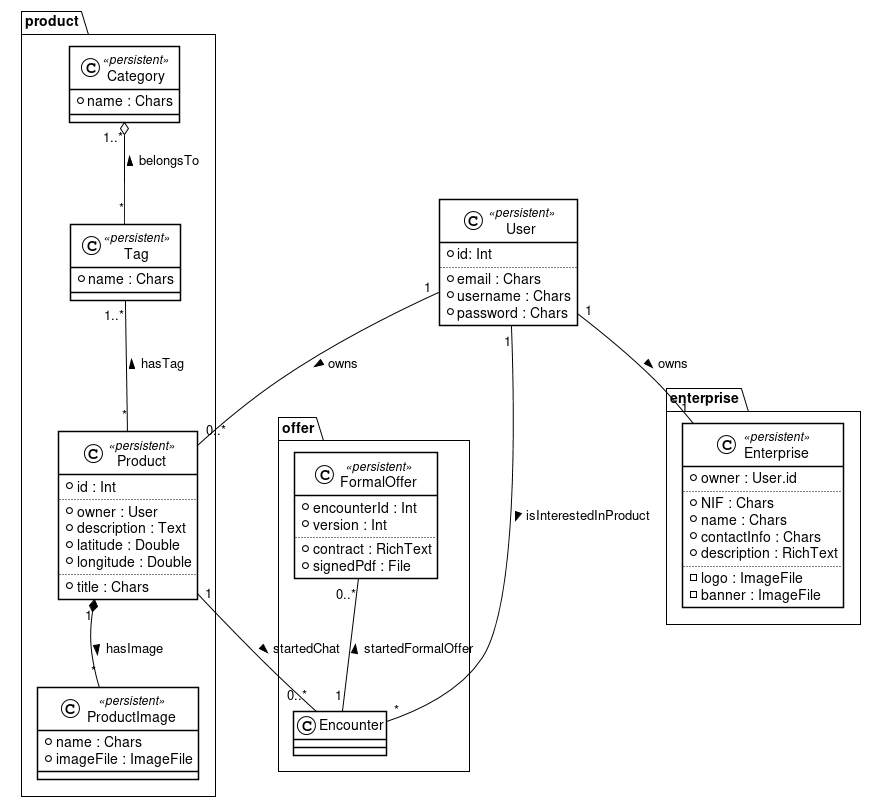
Before: 15-des/sec/img/database-model-new.png, a diagram exported from PlantUML (commed-it/docs).
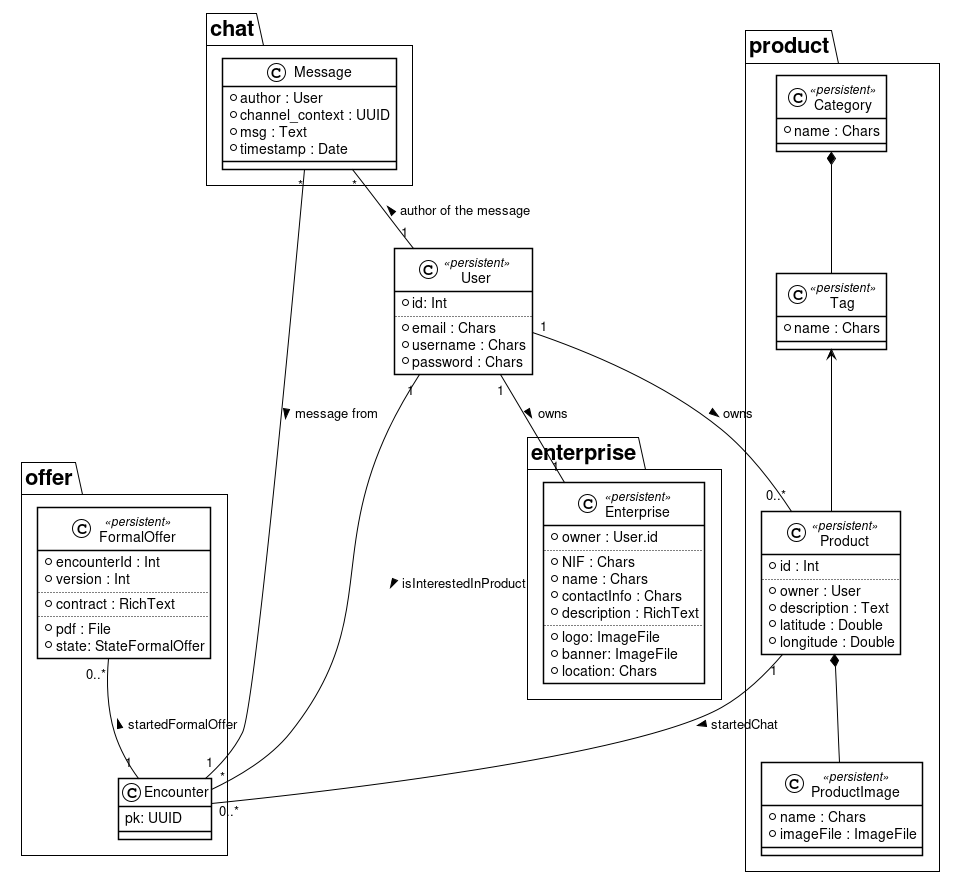
After the change.

What changed in the source:
```diff
@@ -9,8 +9,6 @@
     + description : Text
     + latitude : Double
     + longitude : Double
-    ..
-    + title : Chars
 }
 
 class ProductImage <<persistent>> {
@@ -26,9 +24,9 @@
     + name : Chars
 }
 
-Product "1" *-- "*" ProductImage : hasImage >
-Tag "1..*" -- "*" Product : hasTag <
-Category "1..*" o-- "*" Tag : belongsTo <
+Product *-- ProductImage
+Tag <-- Product
+Category *-- Tag
 
 }
 
@@ -42,8 +40,9 @@
         + contactInfo : Chars
         + description : RichText
         ..
-        - logo : ImageFile
-        - banner : ImageFile
+        + logo: ImageFile
+        + banner: ImageFile
+        + location: Chars
     }
 }
 
@@ -59,7 +58,7 @@
 namespace offer {
 
 class Encounter {
-
+    pk: UUID
 }
 
 class FormalOffer <<persistent>> {
@@ -67,9 +66,22 @@
     + version : Int
     ..
     + contract : RichText
-    + signedPdf : File
+    ..
+    + pdf : File
+    + state: StateFormalOffer
 }
 }
+
+class chat.Message {
+    + author : User
+    + channel_context : UUID
+    + msg : Text
+    + timestamp : Date
+}
+
+chat.Message "*" -- "1" offer.Encounter : message from >
+chat.Message "*" -- "1" User: author of the message <
+
 
 
 
@@ -79,4 +91,5 @@
 product.Product "1" -- "0..*" offer.Encounter : startedChat >
 offer.FormalOffer "0..*" -- "1" offer.Encounter : startedFormalOffer <
 
+
 @enduml
```
